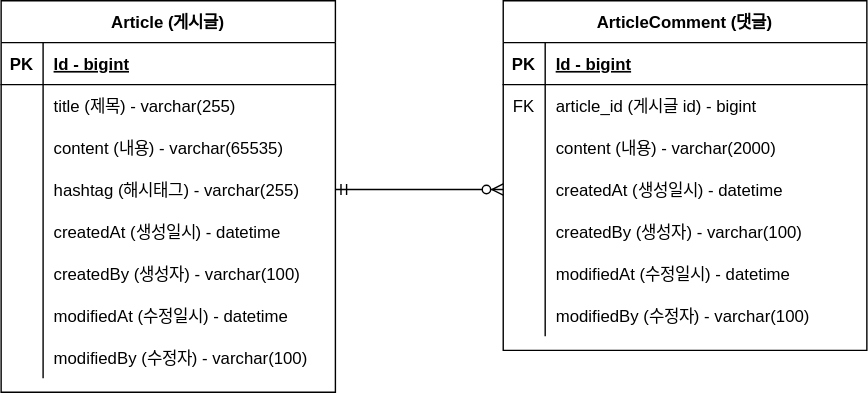
This is document/project-board-erd.svg from Choi-SeungMi/project-board, a draw.io export, as it was before one commit. Source tidied: cells renumbered, new cells last; positions are measured from the earlier drawing's top-left corner, leaving out a move shared by most shapes.
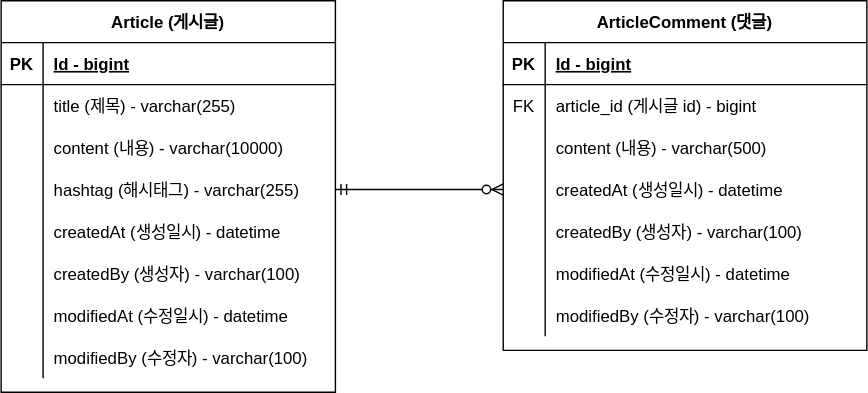
The same diagram one commit later.

Commit message:
#10 - erd 업데이트: content 사이즈 변경

The edit, as a diff of the source:
```diff
@@ -29,7 +29,7 @@
     <mxCell id="10" style="shape=partialRectangle;overflow=hidden;fillColor=none;top=0;left=0;bottom=0;right=0;" parent="9" vertex="1">
       <mxGeometry width="30" height="30" as="geometry" />
     </mxCell>
-    <mxCell id="11" value="content (내용) - varchar(65535)" style="shape=partialRectangle;overflow=hidden;fillColor=none;top=0;left=0;bottom=0;right=0;align=left;spacingLeft=6;" parent="9" vertex="1">
+    <mxCell id="11" value="content (내용) - varchar(10000)" style="shape=partialRectangle;overflow=hidden;fillColor=none;top=0;left=0;bottom=0;right=0;align=left;spacingLeft=6;" parent="9" vertex="1">
       <mxGeometry x="30" width="209" height="30" as="geometry" />
     </mxCell>
     <mxCell id="12" style="shape=partialRectangle;fillColor=none;points=[[0,0.5],[1,0.5]];portConstraint=eastwest;top=0;left=0;right=0;bottom=0;" parent="2" vertex="1">
@@ -104,7 +104,7 @@
     <mxCell id="35" style="shape=partialRectangle;overflow=hidden;fillColor=none;top=0;left=0;bottom=0;right=0;" parent="34" vertex="1">
       <mxGeometry width="30" height="30" as="geometry" />
     </mxCell>
-    <mxCell id="36" value="content (내용) - varchar(2000)" style="shape=partialRectangle;overflow=hidden;fillColor=none;top=0;left=0;bottom=0;right=0;align=left;spacingLeft=6;" parent="34" vertex="1">
+    <mxCell id="36" value="content (내용) - varchar(500)" style="shape=partialRectangle;overflow=hidden;fillColor=none;top=0;left=0;bottom=0;right=0;align=left;spacingLeft=6;" parent="34" vertex="1">
       <mxGeometry x="30" width="230" height="30" as="geometry" />
     </mxCell>
     <mxCell id="37" style="shape=partialRectangle;fillColor=none;top=0;left=0;right=0;bottom=0;" parent="27" vertex="1">
```
